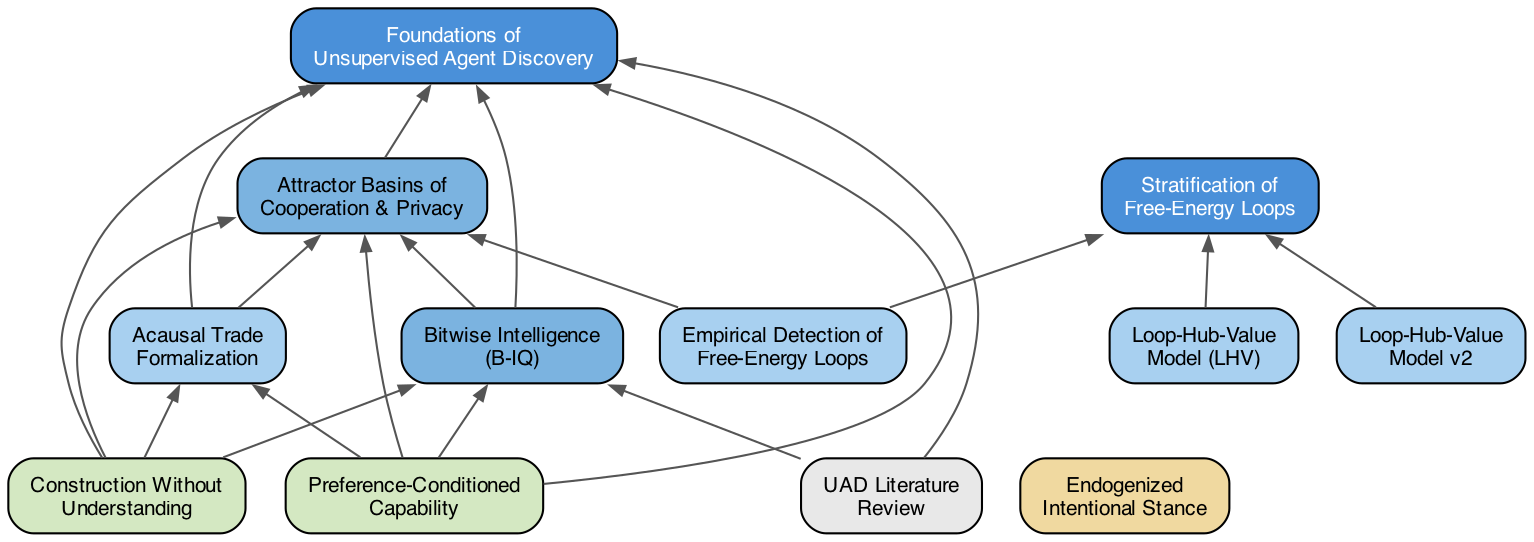
This is docs/papers/paper-dependencies.png from GunnarZarncke/agency-detect, a Graphviz export, as it was before one commit. Its source is kept beside it as docs/papers/paper-dependencies.dot. Its diagram source:
```dot
digraph paper_dependencies {
    rankdir=BT;
    fontname="Helvetica";
    node [shape=box, style="rounded,filled", fontname="Helvetica", fontsize=10, margin="0.15,0.08"];
    edge [color="#555555", arrowsize=0.7];

    UAD  [label="Foundations of\nUnsupervised Agent Discovery", fillcolor="#4A90D9", fontcolor="white"];
    FEL  [label="Stratification of\nFree-Energy Loops", fillcolor="#4A90D9", fontcolor="white"];

    ABC  [label="Attractor Basins of\nCooperation & Privacy", fillcolor="#7BB3E0"];
    BIQ  [label="Bitwise Intelligence\n(B-IQ)", fillcolor="#7BB3E0"];

    ACT  [label="Acausal Trade\nFormalization", fillcolor="#A8D0F0"];
    APP  [label="Empirical Detection of\nFree-Energy Loops", fillcolor="#A8D0F0"];
    LHV  [label="Loop-Hub-Value\nModel (LHV)", fillcolor="#A8D0F0"];
    LHV2 [label="Loop-Hub-Value\nModel v2", fillcolor="#A8D0F0"];

    PCC  [label="Preference-Conditioned\nCapability", fillcolor="#D4E8C2"];
    CWU  [label="Construction Without\nUnderstanding", fillcolor="#D4E8C2"];
    LIT  [label="UAD Literature\nReview", fillcolor="#E8E8E8"];
    EIS  [label="Endogenized\nIntentional Stance", fillcolor="#F0D9A0"];

    ABC -> UAD;
    BIQ -> UAD;
    BIQ -> ABC;

    ACT -> UAD;
    ACT -> ABC;

    APP -> FEL;
    APP -> ABC;

    LHV  -> FEL;
    LHV2 -> FEL;

    LIT -> UAD;
    LIT -> BIQ;

    PCC -> UAD;
    PCC -> BIQ;
    PCC -> ABC;
    PCC -> ACT;

    CWU -> UAD;
    CWU -> BIQ;
    CWU -> ABC;
    CWU -> ACT;
}
```
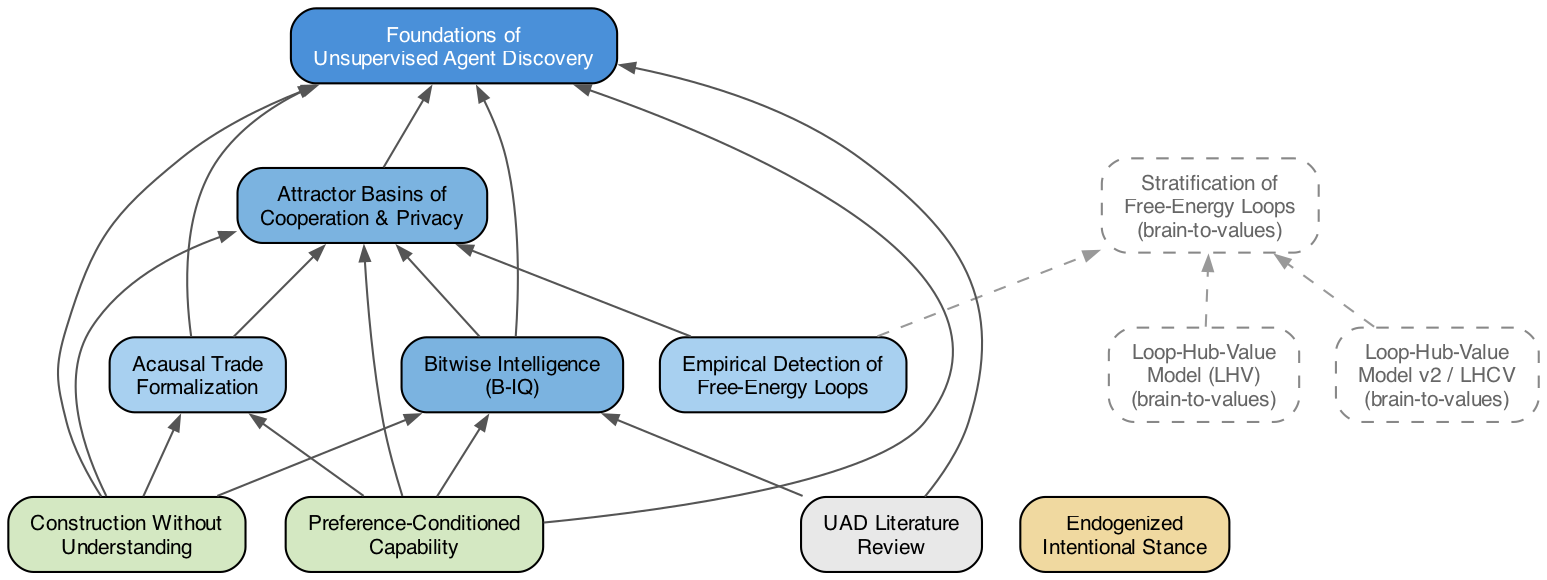
After the change.

Commit message:
Remove loop-hub-value and free-energy-loops papers (now in brain-to-values)

What changed in the source:
```diff
@@ -5,20 +5,21 @@
     edge [color="#555555", arrowsize=0.7];
 
     UAD  [label="Foundations of\nUnsupervised Agent Discovery", fillcolor="#4A90D9", fontcolor="white"];
-    FEL  [label="Stratification of\nFree-Energy Loops", fillcolor="#4A90D9", fontcolor="white"];
 
     ABC  [label="Attractor Basins of\nCooperation & Privacy", fillcolor="#7BB3E0"];
     BIQ  [label="Bitwise Intelligence\n(B-IQ)", fillcolor="#7BB3E0"];
 
     ACT  [label="Acausal Trade\nFormalization", fillcolor="#A8D0F0"];
     APP  [label="Empirical Detection of\nFree-Energy Loops", fillcolor="#A8D0F0"];
-    LHV  [label="Loop-Hub-Value\nModel (LHV)", fillcolor="#A8D0F0"];
-    LHV2 [label="Loop-Hub-Value\nModel v2", fillcolor="#A8D0F0"];
 
     PCC  [label="Preference-Conditioned\nCapability", fillcolor="#D4E8C2"];
     CWU  [label="Construction Without\nUnderstanding", fillcolor="#D4E8C2"];
     LIT  [label="UAD Literature\nReview", fillcolor="#E8E8E8"];
     EIS  [label="Endogenized\nIntentional Stance", fillcolor="#F0D9A0"];
+
+    FEL  [label="Stratification of\nFree-Energy Loops\n(brain-to-values)", fillcolor="white", style="rounded,dashed", color="#888888", fontcolor="#666666"];
+    LHV  [label="Loop-Hub-Value\nModel (LHV)\n(brain-to-values)", fillcolor="white", style="rounded,dashed", color="#888888", fontcolor="#666666"];
+    LHV2 [label="Loop-Hub-Value\nModel v2 / LHCV\n(brain-to-values)", fillcolor="white", style="rounded,dashed", color="#888888", fontcolor="#666666"];
 
     ABC -> UAD;
     BIQ -> UAD;
@@ -27,11 +28,11 @@
     ACT -> UAD;
     ACT -> ABC;
 
-    APP -> FEL;
+    APP -> FEL [style=dashed, color="#999999"];
     APP -> ABC;
 
-    LHV  -> FEL;
-    LHV2 -> FEL;
+    LHV  -> FEL [style=dashed, color="#999999"];
+    LHV2 -> FEL [style=dashed, color="#999999"];
 
     LIT -> UAD;
     LIT -> BIQ;
```
